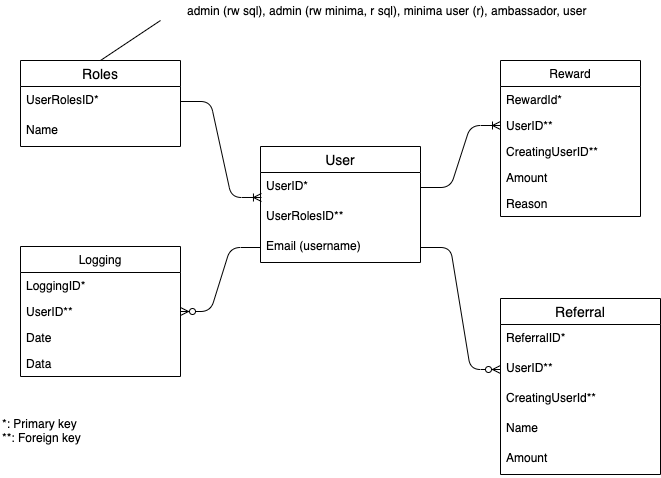
This is docs/images/dbase.png from minima-global/incentivecash, a draw.io export, as it was before one commit. Source tidied: cells renumbered, new cells last; positions are measured from the earlier drawing's top-left corner, leaving out a move shared by most shapes.
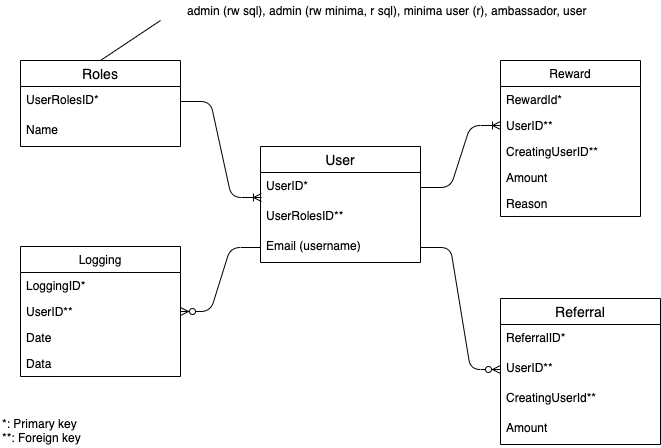
The same diagram one commit later.

Commit message:
dbase redesign

What changed in the source:
```diff
@@ -63,7 +63,7 @@
       <mxGeometry x="185" width="420" height="20" as="geometry" />
     </mxCell>
     <mxCell id="22" value="Referral" style="swimlane;fontStyle=0;horizontal=1;startSize=26;align=center;fontSize=14;" parent="1" vertex="1">
-      <mxGeometry x="500" y="298" width="160" height="176" as="geometry" />
+      <mxGeometry x="500" y="298" width="160" height="146" as="geometry" />
     </mxCell>
     <mxCell id="23" value="ReferralID*" style="text;strokeColor=none;fillColor=none;spacingLeft=4;spacingRight=4;overflow=hidden;fontSize=12;" parent="22" vertex="1">
       <mxGeometry y="26" width="160" height="30" as="geometry" />
@@ -74,11 +74,8 @@
     <mxCell id="25" value="CreatingUserId**" style="text;strokeColor=none;fillColor=none;spacingLeft=4;spacingRight=4;overflow=hidden;fontSize=12;" parent="22" vertex="1">
       <mxGeometry y="86" width="160" height="30" as="geometry" />
     </mxCell>
-    <mxCell id="26" value="Name" style="text;strokeColor=none;fillColor=none;spacingLeft=4;spacingRight=4;overflow=hidden;fontSize=12;" parent="22" vertex="1">
-      <mxGeometry y="116" width="160" height="30" as="geometry" />
-    </mxCell>
     <mxCell id="27" value="Amount" style="text;strokeColor=none;fillColor=none;spacingLeft=4;spacingRight=4;overflow=hidden;fontSize=12;" parent="22" vertex="1">
-      <mxGeometry y="146" width="160" height="30" as="geometry" />
+      <mxGeometry y="116" width="160" height="30" as="geometry" />
     </mxCell>
     <mxCell id="28" style="edgeStyle=entityRelationEdgeStyle;fontSize=12;html=1;endArrow=ERzeroToMany;endFill=1;entryX=0;entryY=0.5;entryDx=0;entryDy=0;exitX=1;exitY=0.5;exitDx=0;exitDy=0;" parent="1" edge="1" source="5" target="24">
       <mxGeometry relative="1" as="geometry" />
```
